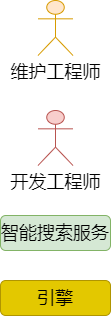
This is .settings/智能搜索上下文.drawio.png from zjcDM/MRMD, a draw.io export, as it was before one commit. Source tidied: cells renumbered, new cells last; positions are measured from the earlier drawing's top-left corner, leaving out a move shared by most shapes. Source of this version:
```xml
<mxGraphModel>
  <root>
    <mxCell id="0" />
    <mxCell id="1" parent="0" />
    <mxCell id="2" value="&lt;font style=&quot;font-size: 18px&quot;&gt;维护工程师&lt;/font&gt;" style="shape=umlActor;verticalLabelPosition=bottom;verticalAlign=top;html=1;outlineConnect=0;fillColor=#ffe6cc;strokeColor=#d79b00;" parent="1" vertex="1">
      <mxGeometry x="37.5" width="35" height="55" as="geometry" />
    </mxCell>
    <mxCell id="3" value="&lt;font style=&quot;font-size: 18px&quot;&gt;开发工程师&lt;/font&gt;" style="shape=umlActor;verticalLabelPosition=bottom;verticalAlign=top;html=1;outlineConnect=0;fillColor=#f8cecc;strokeColor=#b85450;" parent="1" vertex="1">
      <mxGeometry x="37.5" y="110" width="35" height="55" as="geometry" />
    </mxCell>
    <mxCell id="4" value="&lt;font style=&quot;font-size: 18px&quot;&gt;智能搜索服务&lt;/font&gt;" style="rounded=1;whiteSpace=wrap;html=1;fillColor=#d5e8d4;strokeColor=#82b366;" parent="1" vertex="1">
      <mxGeometry y="215" width="110" height="35" as="geometry" />
    </mxCell>
    <mxCell id="5" value="引擎" style="rounded=1;whiteSpace=wrap;html=1;fontSize=18;fillColor=#e3c800;fontColor=#000000;strokeColor=#B09500;" parent="1" vertex="1">
      <mxGeometry y="280" width="110" height="35" as="geometry" />
    </mxCell>
  </root>
</mxGraphModel>
```
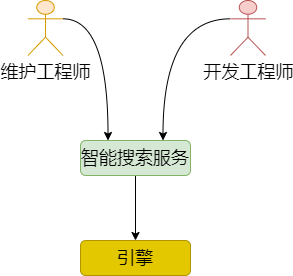
After the commit.

Commit message:
更新智能搜索上下文.drawio.png

What changed in the source:
```diff
@@ -2,17 +2,26 @@
   <root>
     <mxCell id="0" />
     <mxCell id="1" parent="0" />
+    <mxCell id="6" style="edgeStyle=orthogonalEdgeStyle;rounded=0;jettySize=auto;html=1;exitX=1;exitY=0.3333333333333333;exitDx=0;exitDy=0;exitPerimeter=0;entryX=0.25;entryY=0;entryDx=0;entryDy=0;curved=1;" parent="1" edge="1" source="2" target="4">
+      <mxGeometry relative="1" as="geometry" />
+    </mxCell>
     <mxCell id="2" value="&lt;font style=&quot;font-size: 18px&quot;&gt;维护工程师&lt;/font&gt;" style="shape=umlActor;verticalLabelPosition=bottom;verticalAlign=top;html=1;outlineConnect=0;fillColor=#ffe6cc;strokeColor=#d79b00;" parent="1" vertex="1">
       <mxGeometry x="37.5" width="35" height="55" as="geometry" />
     </mxCell>
+    <mxCell id="7" style="edgeStyle=orthogonalEdgeStyle;curved=1;rounded=0;jettySize=auto;html=1;exitX=0;exitY=0.3333333333333333;exitDx=0;exitDy=0;exitPerimeter=0;entryX=0.75;entryY=0;entryDx=0;entryDy=0;" parent="1" edge="1" source="3" target="4">
+      <mxGeometry relative="1" as="geometry" />
+    </mxCell>
     <mxCell id="3" value="&lt;font style=&quot;font-size: 18px&quot;&gt;开发工程师&lt;/font&gt;" style="shape=umlActor;verticalLabelPosition=bottom;verticalAlign=top;html=1;outlineConnect=0;fillColor=#f8cecc;strokeColor=#b85450;" parent="1" vertex="1">
-      <mxGeometry x="37.5" y="110" width="35" height="55" as="geometry" />
+      <mxGeometry x="240" width="35" height="55" as="geometry" />
     </mxCell>
+    <mxCell id="8" style="edgeStyle=orthogonalEdgeStyle;curved=1;rounded=0;jettySize=auto;html=1;exitX=0.5;exitY=1;exitDx=0;exitDy=0;entryX=0.5;entryY=0;entryDx=0;entryDy=0;" parent="1" edge="1" source="4" target="5">
+      <mxGeometry relative="1" as="geometry" />
+    </mxCell>
     <mxCell id="4" value="&lt;font style=&quot;font-size: 18px&quot;&gt;智能搜索服务&lt;/font&gt;" style="rounded=1;whiteSpace=wrap;html=1;fillColor=#d5e8d4;strokeColor=#82b366;" parent="1" vertex="1">
-      <mxGeometry y="215" width="110" height="35" as="geometry" />
+      <mxGeometry x="90" y="140" width="110" height="35" as="geometry" />
     </mxCell>
     <mxCell id="5" value="引擎" style="rounded=1;whiteSpace=wrap;html=1;fontSize=18;fillColor=#e3c800;fontColor=#000000;strokeColor=#B09500;" parent="1" vertex="1">
-      <mxGeometry y="280" width="110" height="35" as="geometry" />
+      <mxGeometry x="90" y="240" width="110" height="35" as="geometry" />
     </mxCell>
   </root>
 </mxGraphModel>
```
